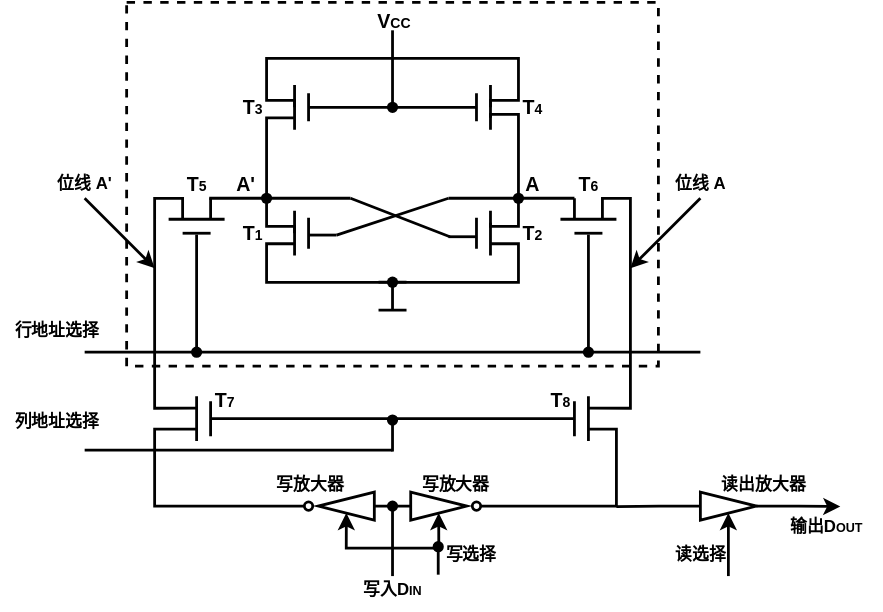
Above: pictures/计算机组成原理-静态RAM的基本单元电路.drawio.svg in creatern/NoteBook (draw.io), before the change. Source tidied: cells renumbered, new cells last; positions are measured from the earlier drawing's top-left corner, leaving out a move shared by most shapes.
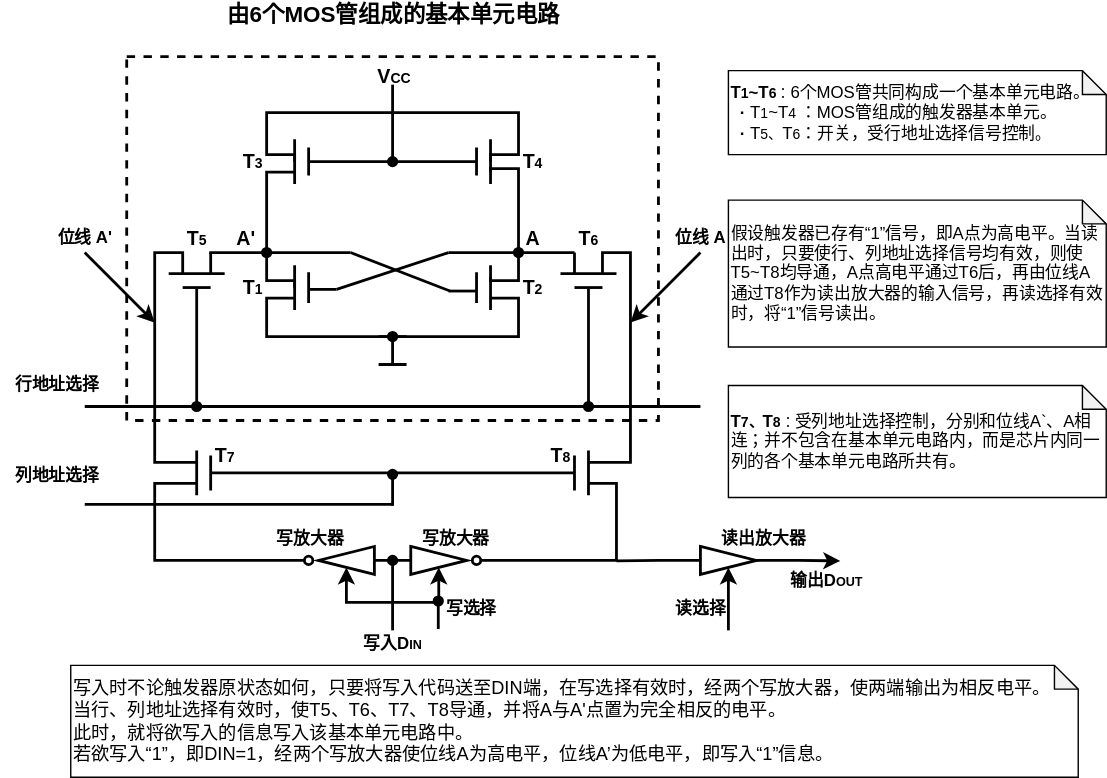
After the commit.

What changed in the source:
```diff
@@ -339,5 +339,20 @@
     <mxCell id="74" value="&lt;b&gt;读选择&lt;/b&gt;" style="text;html=1;align=center;verticalAlign=middle;strokeColor=none;fillColor=none;" parent="1" vertex="1">
       <mxGeometry x="470" y="381" width="60" height="30" as="geometry" />
     </mxCell>
+    <mxCell id="75" value="&lt;b&gt;T&lt;font style=&quot;font-size: 10px;&quot;&gt;1&lt;/font&gt;~T&lt;/b&gt;&lt;font style=&quot;font-size: 10px;&quot;&gt;&lt;b&gt;6&lt;/b&gt;：&lt;/font&gt;&lt;font style=&quot;font-size: 12px;&quot;&gt;6个MOS管共同构成一个基本单元电路。&lt;/font&gt;&lt;br&gt;&amp;nbsp; &lt;b&gt;·&lt;/b&gt; T&lt;font style=&quot;font-size: 10px;&quot;&gt;1&lt;/font&gt;~T&lt;font style=&quot;font-size: 10px;&quot;&gt;4&amp;nbsp;&lt;/font&gt;&lt;font style=&quot;font-size: 12px;&quot;&gt;：&lt;/font&gt;&lt;font style=&quot;&quot;&gt;&lt;font style=&quot;font-size: 12px;&quot;&gt;MOS管组成的触发器基本单元。&lt;/font&gt;&lt;br&gt;&lt;font style=&quot;font-size: 12px;&quot;&gt;&amp;nbsp; &lt;b&gt;·&lt;/b&gt; T&lt;/font&gt;&lt;span style=&quot;font-size: 10px;&quot;&gt;5、&lt;/span&gt;&lt;font style=&quot;font-size: 12px;&quot;&gt;T&lt;/font&gt;&lt;font style=&quot;font-size: 10px;&quot;&gt;6&lt;/font&gt;&lt;font style=&quot;font-size: 12px;&quot;&gt;：&lt;/font&gt;&lt;font style=&quot;font-size: 11px;&quot;&gt;&lt;font style=&quot;font-size: 12px;&quot;&gt;开关，受行地址选择信号控制&lt;/font&gt;&lt;span style=&quot;font-size: 11px;&quot;&gt;。&lt;/span&gt;&lt;/font&gt;&lt;br&gt;&lt;/font&gt;" style="shape=note;whiteSpace=wrap;html=1;backgroundOutline=1;darkOpacity=0.05;size=17;align=left;" parent="1" vertex="1">
+      <mxGeometry x="520" y="11" width="270" height="60" as="geometry" />
+    </mxCell>
+    <mxCell id="76" value="&lt;b&gt;&lt;font style=&quot;font-size: 16px;&quot;&gt;由6个MOS管组成的基本单元电路&lt;/font&gt;&lt;/b&gt;" style="text;html=1;strokeColor=none;fillColor=none;align=center;verticalAlign=middle;whiteSpace=wrap;rounded=0;" parent="1" vertex="1">
+      <mxGeometry x="156" y="-39" width="250" height="20" as="geometry" />
+    </mxCell>
+    <mxCell id="77" value="&lt;b&gt;T&lt;font style=&quot;font-size: 10px;&quot;&gt;7、&lt;/font&gt;T&lt;font style=&quot;font-size: 10px;&quot;&gt;8&lt;/font&gt;&lt;/b&gt;&lt;font style=&quot;font-size: 10px;&quot;&gt;：&lt;/font&gt;&lt;font style=&quot;font-size: 12px;&quot;&gt;受列地址选择控制，分别和位线A`、A相连；并不包含在基本单元电路内，而是芯片内同一列的各个基本单元电路所共有。&lt;/font&gt;&lt;font style=&quot;&quot;&gt;&lt;br&gt;&lt;/font&gt;" style="shape=note;whiteSpace=wrap;html=1;backgroundOutline=1;darkOpacity=0.05;size=17;align=left;" parent="1" vertex="1">
+      <mxGeometry x="520" y="236" width="270" height="80" as="geometry" />
+    </mxCell>
+    <mxCell id="78" value="&lt;font style=&quot;&quot;&gt;假设触发器已存有“1”信号，即A点为高电平。当读出时，只要使行、列地址选择信号均有效，则使T5~T8均导通，A点高电平通过T6后，再由位线A通过T8作为读出放大器的输入信号，再读选择有效时，将“1”信号读出。&lt;br&gt;&lt;/font&gt;" style="shape=note;whiteSpace=wrap;html=1;backgroundOutline=1;darkOpacity=0.05;size=17;align=left;" parent="1" vertex="1">
+      <mxGeometry x="520" y="103.5" width="270" height="105" as="geometry" />
+    </mxCell>
+    <mxCell id="79" value="&lt;font style=&quot;font-size: 13px;&quot;&gt;&lt;span style=&quot;&quot;&gt;写入时不论触发器原状态如何，只要将写入代码送至D&lt;/span&gt;&lt;font style=&quot;font-size: 13px;&quot;&gt;IN&lt;/font&gt;&lt;font style=&quot;font-size: 13px;&quot;&gt;端，在写选择有效时，经两个写放大器，使两端输出为相反电平。&lt;br&gt;当行、列地址选择有效时，使T5、T6、T7、T8导通，并将A与A'点置为完全相反的电平。&lt;br&gt;此时，就将欲写入的信息写入该基本单元电路中。&lt;br&gt;&lt;/font&gt;&lt;span style=&quot;&quot;&gt;若欲写入“1”，即D&lt;/span&gt;&lt;font style=&quot;font-size: 13px;&quot;&gt;IN&lt;/font&gt;&lt;span style=&quot;&quot;&gt;=1，经两个写放大器使位线A为高电平，位线A’为低电平，即写入“1”信息。&lt;/span&gt;&lt;br&gt;&lt;/font&gt;" style="shape=note;whiteSpace=wrap;html=1;backgroundOutline=1;darkOpacity=0.05;size=17;align=left;" parent="1" vertex="1">
+      <mxGeometry x="50" y="436" width="720" height="80" as="geometry" />
+    </mxCell>
   </root>
 </mxGraphModel>
```
